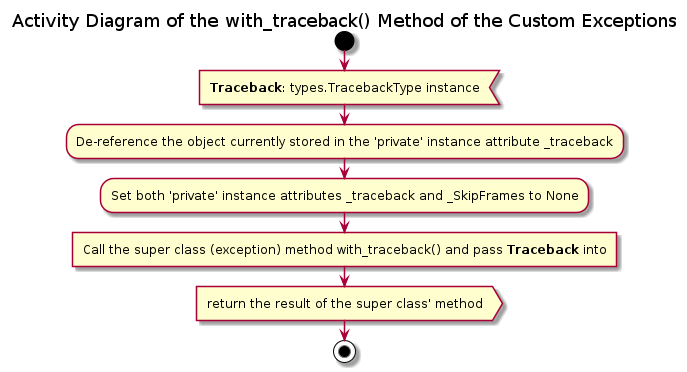
This is Documentation/UML/base_exceptions/with_traceback.png from FooBarShebang/introspection_lib, a PlantUML export, as it was before one commit. Source of this version:
```plantuml
@startuml with_traceback

title Activity Diagram of the with_traceback() Method of the Custom Exceptions

start

:<b>Traceback</b>: types.TracebackType instance<

:De-reference the object currently stored in the 'private' instance attribute _traceback;

:Set both 'private' instance attributes _traceback and _SkipFrames to None;

:Call the super class (exception) method with_traceback() and pass <b>Traceback</b> into]

:return the result of the super class' method>

stop

@enduml
```
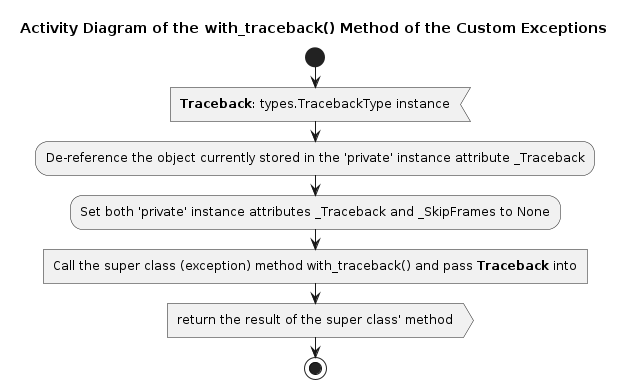
After the commit.

Change to the diagram source:
```diff
@@ -6,9 +6,9 @@
 
 :<b>Traceback</b>: types.TracebackType instance<
 
-:De-reference the object currently stored in the 'private' instance attribute _traceback;
+:De-reference the object currently stored in the 'private' instance attribute _Traceback;
 
-:Set both 'private' instance attributes _traceback and _SkipFrames to None;
+:Set both 'private' instance attributes _Traceback and _SkipFrames to None;
 
 :Call the super class (exception) method with_traceback() and pass <b>Traceback</b> into]
 
```
